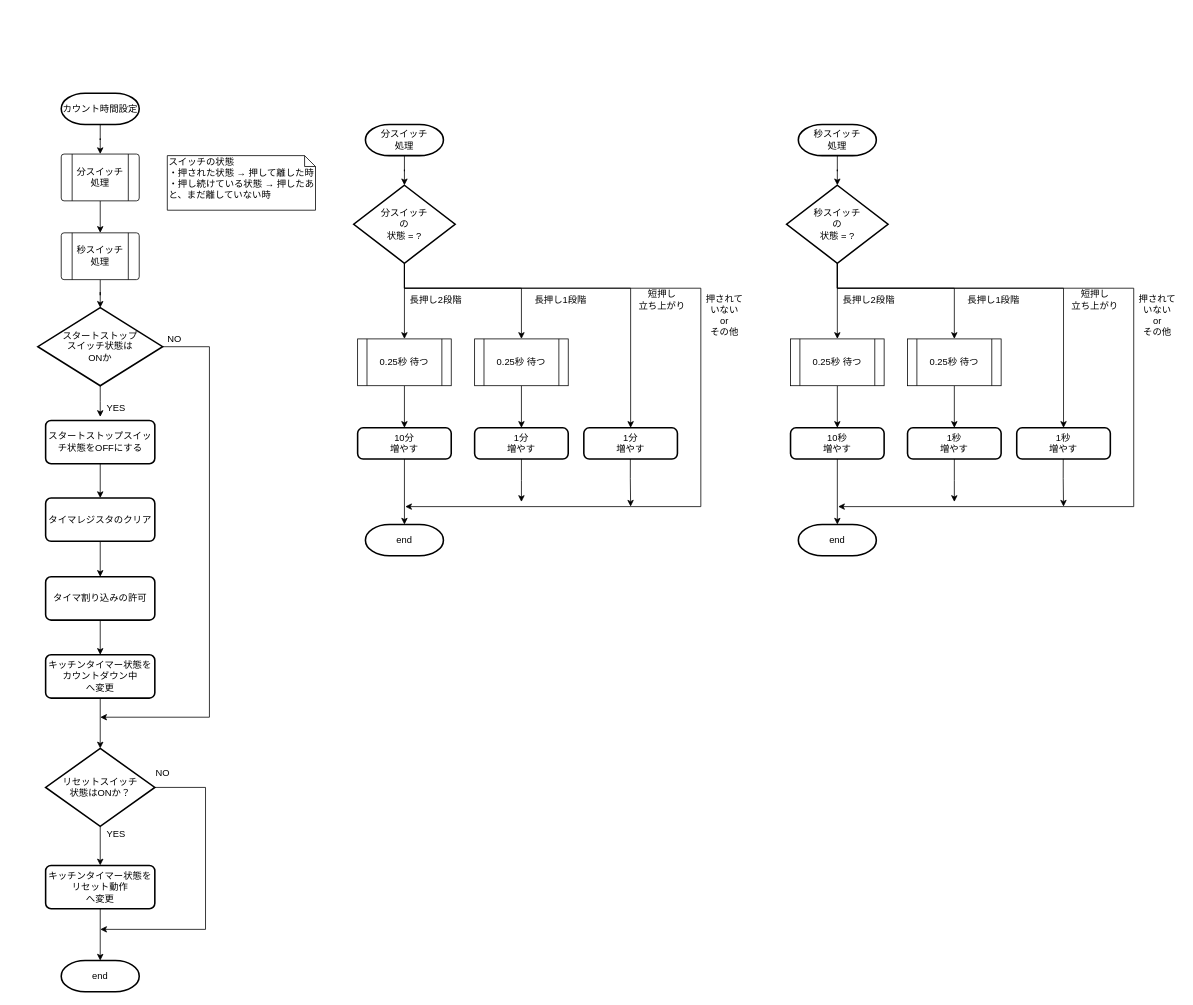
The draw.io diagram page "カウント時間設定" (2 of 7) of 資料/設計/フローチャート/CountClass/flowchart_CountClass_v0.3.drawio in hakohumi/comp.Kitchen_Timer, before the edit. Source tidied: cells renumbered, new cells numbered last; positions are measured from the earlier drawing's top-left corner, leaving out a move shared by most shapes. Both pictures are drawn from the tidied source at 78%, with x=0, y=0 at pixel (37, 93).
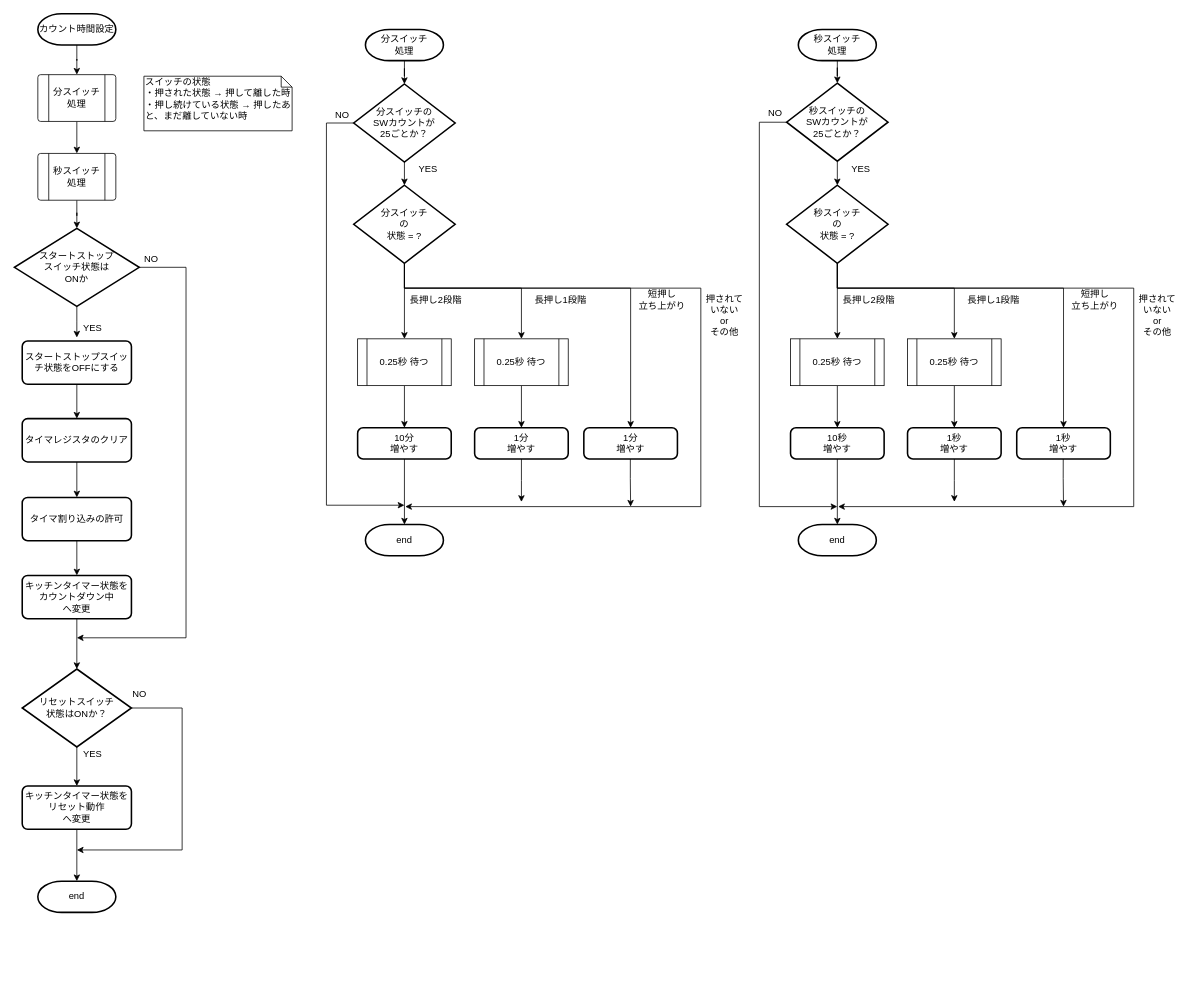
The same diagram, later.

Unchanged cells that the change refers to:
```xml
<mxCell id="11" value="分スイッチ&lt;br&gt;の&lt;br&gt;状態 = ?" style="strokeWidth=2;html=1;shape=mxgraph.flowchart.decision;whiteSpace=wrap;" parent="1" vertex="1">
  <mxGeometry x="405" y="118" width="130" height="100" as="geometry" />
</mxCell>
<mxCell id="61" value="秒スイッチ&lt;br&gt;の&lt;br&gt;状態 = ?" style="strokeWidth=2;html=1;shape=mxgraph.flowchart.decision;whiteSpace=wrap;" parent="1" vertex="1">
  <mxGeometry x="960" y="118" width="130" height="100" as="geometry" />
</mxCell>
```

What changed in the source:
```diff
@@
-    <mxCell id="2" style="edgeStyle=orthogonalEdgeStyle;rounded=0;jettySize=auto;html=1;entryX=0.5;entryY=0;entryDx=0;entryDy=0;entryPerimeter=0;" parent="1" edge="1" source="3" target="11">
+    <mxCell id="2" style="edgeStyle=orthogonalEdgeStyle;rounded=0;jettySize=auto;html=1;entryX=0.5;entryY=0;entryDx=0;entryDy=0;entryPerimeter=0;exitX=0.5;exitY=1;exitDx=0;exitDy=0;exitPerimeter=0;" parent="1" edge="1" source="78" target="11">
       <mxGeometry relative="1" as="geometry" />
     </mxCell>
+    <mxCell id="75" style="edgeStyle=orthogonalEdgeStyle;rounded=0;jettySize=auto;html=1;" parent="1" edge="1" source="3" target="78">
+      <mxGeometry relative="1" as="geometry" />
+    </mxCell>
     <mxCell id="3" value="分スイッチ&lt;br&gt;処理" style="strokeWidth=2;html=1;shape=mxgraph.flowchart.terminator;whiteSpace=wrap;" parent="1" vertex="1">
-      <mxGeometry x="420" y="40" width="100" height="40" as="geometry" />
+      <mxGeometry x="420" y="-81.8" width="100" height="40" as="geometry" />
     </mxCell>
     <mxCell id="4" value="スイッチの状態&lt;br&gt;・押された状態 → 押して離した時&lt;br&gt;・押し続けている状態 → 押したあと、まだ離していない時" style="shape=note;whiteSpace=wrap;html=1;size=14;verticalAlign=top;align=left;spacingTop=-6;" parent="1" vertex="1">
-      <mxGeometry x="166" y="80" width="190" height="70" as="geometry" />
+      <mxGeometry x="136" y="-21.8" width="190" height="70" as="geometry" />
     </mxCell>
     <mxCell id="5" style="edgeStyle=orthogonalEdgeStyle;rounded=0;jettySize=auto;html=1;exitX=0.497;exitY=0.982;exitDx=0;exitDy=0;exitPerimeter=0;" parent="1" edge="1" source="45">
       <mxGeometry relative="1" as="geometry">
         <mxPoint x="760" y="530" as="targetPoint" />
         <Array as="points">
-          <mxPoint x="760" y="494" />
-          <mxPoint x="760" y="494" />
+          <mxPoint x="760" y="493.9" />
+          <mxPoint x="760" y="493.9" />
         </Array>
       </mxGeometry>
     </mxCell>
@@
     <mxCell id="8" style="edgeStyle=orthogonalEdgeStyle;rounded=0;jettySize=auto;html=1;" parent="1" edge="1" source="11">
       <mxGeometry relative="1" as="geometry">
         <mxPoint x="471" y="530" as="targetPoint" />
         <Array as="points">
-          <mxPoint x="470" y="250" />
-          <mxPoint x="850" y="250" />
+          <mxPoint x="470" y="249.9" />
+          <mxPoint x="850" y="249.9" />
           <mxPoint x="850" y="530" />
         </Array>
       </mxGeometry>
     </mxCell>
     <mxCell id="9" style="edgeStyle=orthogonalEdgeStyle;rounded=0;jettySize=auto;html=1;entryX=0.5;entryY=0;entryDx=0;entryDy=0;" parent="1" edge="1" source="11" target="45">
       <mxGeometry relative="1" as="geometry">
         <Array as="points">
-          <mxPoint x="470" y="250" />
-          <mxPoint x="760" y="250" />
+          <mxPoint x="470" y="249.9" />
+          <mxPoint x="760" y="249.9" />
         </Array>
       </mxGeometry>
     </mxCell>
     <mxCell id="10" style="edgeStyle=orthogonalEdgeStyle;rounded=0;jettySize=auto;html=1;entryX=0.5;entryY=0;entryDx=0;entryDy=0;" parent="1" edge="1" source="11" target="50">
       <mxGeometry relative="1" as="geometry">
         <Array as="points">
-          <mxPoint x="470" y="250" />
-          <mxPoint x="620" y="250" />
+          <mxPoint x="470" y="249.9" />
+          <mxPoint x="620" y="249.9" />
         </Array>
       </mxGeometry>
     </mxCell>
@@
     <mxCell id="13" value="長押し1段階" style="text;html=1;align=center;verticalAlign=middle;" parent="1" vertex="1">
-      <mxGeometry x="630" y="255" width="80" height="20" as="geometry" />
+      <mxGeometry x="630" y="254.9" width="80" height="20" as="geometry" />
     </mxCell>
@@
     <mxCell id="15" value="カウント時間設定" style="strokeWidth=2;html=1;shape=mxgraph.flowchart.terminator;whiteSpace=wrap;" parent="1" vertex="1">
-      <mxGeometry x="30" width="100" height="40" as="geometry" />
+      <mxGeometry y="-101.8" width="100" height="40" as="geometry" />
     </mxCell>
@@
     <mxCell id="17" value="分スイッチ&lt;br&gt;処理" style="verticalLabelPosition=middle;verticalAlign=middle;html=1;shape=process;whiteSpace=wrap;rounded=1;size=0.14;arcSize=6;labelPosition=center;align=center;" parent="1" vertex="1">
-      <mxGeometry x="30" y="78" width="100" height="60" as="geometry" />
+      <mxGeometry y="-23.8" width="100" height="60" as="geometry" />
     </mxCell>
@@
     <mxCell id="19" value="秒スイッチ&lt;br&gt;処理" style="verticalLabelPosition=middle;verticalAlign=middle;html=1;shape=process;whiteSpace=wrap;rounded=1;size=0.14;arcSize=6;labelPosition=center;align=center;" parent="1" vertex="1">
-      <mxGeometry x="30" y="179" width="100" height="60" as="geometry" />
+      <mxGeometry y="77.2" width="100" height="60" as="geometry" />
     </mxCell>
     <mxCell id="20" value="短押し&lt;br&gt;立ち上がり" style="text;html=1;align=center;verticalAlign=middle;" parent="1" vertex="1">
-      <mxGeometry x="760" y="250" width="80" height="30" as="geometry" />
+      <mxGeometry x="760" y="249.9" width="80" height="30" as="geometry" />
     </mxCell>
     <mxCell id="21" value="押されて&lt;br&gt;いない&lt;br&gt;or&lt;br&gt;その他" style="text;html=1;align=center;verticalAlign=middle;" parent="1" vertex="1">
-      <mxGeometry x="850" y="255" width="60" height="60" as="geometry" />
+      <mxGeometry x="850" y="254.9" width="60" height="60" as="geometry" />
     </mxCell>
     <mxCell id="22" value="end" style="strokeWidth=2;html=1;shape=mxgraph.flowchart.terminator;whiteSpace=wrap;" parent="1" vertex="1">
-      <mxGeometry x="30" y="1112" width="100" height="40" as="geometry" />
+      <mxGeometry y="1010.2" width="100" height="40" as="geometry" />
     </mxCell>
     <mxCell id="23" style="edgeStyle=orthogonalEdgeStyle;rounded=0;jettySize=auto;html=1;" parent="1" edge="1" source="25">
       <mxGeometry relative="1" as="geometry">
-        <mxPoint x="80" y="415" as="targetPoint" />
+        <mxPoint x="50" y="313.2" as="targetPoint" />
       </mxGeometry>
     </mxCell>
     <mxCell id="24" style="edgeStyle=orthogonalEdgeStyle;rounded=0;jettySize=auto;html=1;" parent="1" edge="1" source="25">
       <mxGeometry relative="1" as="geometry">
-        <mxPoint x="80" y="800" as="targetPoint" />
+        <mxPoint x="50" y="698.2" as="targetPoint" />
         <Array as="points">
-          <mxPoint x="220" y="325" />
-          <mxPoint x="220" y="800" />
-          <mxPoint x="80" y="800" />
+          <mxPoint x="190" y="223.2" />
+          <mxPoint x="190" y="698.2" />
+          <mxPoint x="50" y="698.2" />
         </Array>
       </mxGeometry>
     </mxCell>
     <mxCell id="25" value="スタートストップ&lt;br&gt;スイッチ状態は&lt;br&gt;ONか" style="strokeWidth=2;html=1;shape=mxgraph.flowchart.decision;whiteSpace=wrap;" parent="1" vertex="1">
-      <mxGeometry y="275" width="160" height="100" as="geometry" />
+      <mxGeometry x="-30" y="173.2" width="160" height="100" as="geometry" />
     </mxCell>
@@
     <mxCell id="27" value="キッチンタイマー状態を&lt;br&gt;カウントダウン中&lt;br&gt;へ変更" style="rounded=1;whiteSpace=wrap;html=1;absoluteArcSize=1;arcSize=14;strokeWidth=2;" parent="1" vertex="1">
-      <mxGeometry x="10" y="720" width="140" height="55.5" as="geometry" />
+      <mxGeometry x="-20" y="618.2" width="140" height="55.5" as="geometry" />
     </mxCell>
@@
     <mxCell id="29" value="NO" style="text;html=1;align=center;verticalAlign=middle;" parent="1" vertex="1">
-      <mxGeometry x="160" y="305" width="30" height="20" as="geometry" />
+      <mxGeometry x="130" y="203.2" width="30" height="20" as="geometry" />
     </mxCell>
     <mxCell id="30" value="YES" style="text;html=1;align=center;verticalAlign=middle;" parent="1" vertex="1">
-      <mxGeometry x="80" y="394" width="40" height="20" as="geometry" />
+      <mxGeometry x="50" y="292.2" width="40" height="20" as="geometry" />
     </mxCell>
@@
     <mxCell id="32" style="edgeStyle=orthogonalEdgeStyle;rounded=0;jettySize=auto;html=1;" parent="1" edge="1" source="33">
       <mxGeometry relative="1" as="geometry">
-        <mxPoint x="80" y="1072" as="targetPoint" />
+        <mxPoint x="50" y="970.2" as="targetPoint" />
         <Array as="points">
-          <mxPoint x="215" y="890" />
-          <mxPoint x="215" y="1072" />
+          <mxPoint x="185" y="788.2" />
+          <mxPoint x="185" y="970.2" />
         </Array>
       </mxGeometry>
     </mxCell>
     <mxCell id="33" value="リセットスイッチ&lt;br&gt;状態はONか？" style="strokeWidth=2;html=1;shape=mxgraph.flowchart.decision;whiteSpace=wrap;" parent="1" vertex="1">
-      <mxGeometry x="10" y="840" width="140" height="100" as="geometry" />
+      <mxGeometry x="-20" y="738.2" width="140" height="100" as="geometry" />
     </mxCell>
     <mxCell id="34" value="NO" style="text;html=1;align=center;verticalAlign=middle;" parent="1" vertex="1">
-      <mxGeometry x="145" y="862" width="30" height="20" as="geometry" />
+      <mxGeometry x="115" y="760.2" width="30" height="20" as="geometry" />
     </mxCell>
     <mxCell id="35" value="YES" style="text;html=1;align=center;verticalAlign=middle;" parent="1" vertex="1">
-      <mxGeometry x="80" y="940" width="40" height="20" as="geometry" />
+      <mxGeometry x="50" y="838.2" width="40" height="20" as="geometry" />
     </mxCell>
@@
     <mxCell id="37" value="キッチンタイマー状態を&lt;br&gt;リセット動作&lt;br&gt;へ変更" style="rounded=1;whiteSpace=wrap;html=1;absoluteArcSize=1;arcSize=14;strokeWidth=2;" parent="1" vertex="1">
-      <mxGeometry x="10" y="990" width="140" height="55.5" as="geometry" />
+      <mxGeometry x="-20" y="888.2" width="140" height="55.5" as="geometry" />
     </mxCell>
@@
     <mxCell id="39" value="スタートストップスイッチ状態をOFFにする" style="rounded=1;whiteSpace=wrap;html=1;absoluteArcSize=1;arcSize=14;strokeWidth=2;" parent="1" vertex="1">
-      <mxGeometry x="10" y="419.5" width="140" height="55.5" as="geometry" />
+      <mxGeometry x="-20" y="317.7" width="140" height="55.5" as="geometry" />
     </mxCell>
@@
     <mxCell id="41" value="タイマ割り込みの許可" style="rounded=1;whiteSpace=wrap;html=1;absoluteArcSize=1;arcSize=14;strokeWidth=2;" parent="1" vertex="1">
-      <mxGeometry x="10" y="620" width="140" height="55.5" as="geometry" />
+      <mxGeometry x="-20" y="518.2" width="140" height="55.5" as="geometry" />
     </mxCell>
@@
     <mxCell id="43" value="タイマレジスタのクリア" style="rounded=1;whiteSpace=wrap;html=1;absoluteArcSize=1;arcSize=14;strokeWidth=2;" parent="1" vertex="1">
-      <mxGeometry x="10" y="519" width="140" height="55.5" as="geometry" />
+      <mxGeometry x="-20" y="417.2" width="140" height="55.5" as="geometry" />
     </mxCell>
     <mxCell id="44" value="長押し2段階" style="text;html=1;align=center;verticalAlign=middle;" parent="1" vertex="1">
-      <mxGeometry x="470" y="255" width="80" height="20" as="geometry" />
+      <mxGeometry x="470" y="254.9" width="80" height="20" as="geometry" />
     </mxCell>
     <mxCell id="45" value="1分&lt;br&gt;増やす" style="rounded=1;whiteSpace=wrap;html=1;absoluteArcSize=1;arcSize=14;strokeWidth=2;" parent="1" vertex="1">
-      <mxGeometry x="700" y="429" width="120" height="40" as="geometry" />
+      <mxGeometry x="700" y="428.9" width="120" height="40" as="geometry" />
     </mxCell>
@@
     <mxCell id="47" value="1分&lt;br&gt;増やす" style="rounded=1;whiteSpace=wrap;html=1;absoluteArcSize=1;arcSize=14;strokeWidth=2;" parent="1" vertex="1">
-      <mxGeometry x="560" y="429" width="120" height="40" as="geometry" />
+      <mxGeometry x="560" y="428.9" width="120" height="40" as="geometry" />
     </mxCell>
     <mxCell id="48" value="10分&lt;br&gt;増やす" style="rounded=1;whiteSpace=wrap;html=1;absoluteArcSize=1;arcSize=14;strokeWidth=2;" parent="1" vertex="1">
-      <mxGeometry x="410" y="429" width="120" height="40" as="geometry" />
+      <mxGeometry x="410" y="428.9" width="120" height="40" as="geometry" />
     </mxCell>
@@
     <mxCell id="50" value="0.25秒 待つ" style="shape=process;whiteSpace=wrap;html=1;backgroundOutline=1;" parent="1" vertex="1">
-      <mxGeometry x="560" y="315" width="120" height="60" as="geometry" />
+      <mxGeometry x="560" y="314.9" width="120" height="60" as="geometry" />
     </mxCell>
@@
     <mxCell id="52" value="0.25秒 待つ" style="shape=process;whiteSpace=wrap;html=1;backgroundOutline=1;" parent="1" vertex="1">
-      <mxGeometry x="410" y="315" width="120" height="60" as="geometry" />
+      <mxGeometry x="410" y="314.9" width="120" height="60" as="geometry" />
     </mxCell>
-    <mxCell id="53" style="edgeStyle=orthogonalEdgeStyle;rounded=0;jettySize=auto;html=1;entryX=0.5;entryY=0;entryDx=0;entryDy=0;entryPerimeter=0;" parent="1" edge="1" source="54" target="61">
-      <mxGeometry relative="1" as="geometry" />
+    <mxCell id="53" style="edgeStyle=orthogonalEdgeStyle;rounded=0;jettySize=auto;html=1;entryX=0.5;entryY=0;entryDx=0;entryDy=0;entryPerimeter=0;" parent="1" edge="1" target="61">
+      <mxGeometry relative="1" as="geometry">
+        <mxPoint x="1025" y="88.2" as="sourcePoint" />
+      </mxGeometry>
     </mxCell>
+    <mxCell id="76" style="edgeStyle=orthogonalEdgeStyle;rounded=0;jettySize=auto;html=1;" parent="1" edge="1" source="54" target="81">
+      <mxGeometry relative="1" as="geometry" />
+    </mxCell>
     <mxCell id="54" value="秒スイッチ&lt;br&gt;処理" style="strokeWidth=2;html=1;shape=mxgraph.flowchart.terminator;whiteSpace=wrap;" parent="1" vertex="1">
-      <mxGeometry x="975" y="40" width="100" height="40" as="geometry" />
+      <mxGeometry x="975" y="-81.8" width="100" height="40" as="geometry" />
     </mxCell>
     <mxCell id="55" style="edgeStyle=orthogonalEdgeStyle;rounded=0;jettySize=auto;html=1;exitX=0.497;exitY=0.982;exitDx=0;exitDy=0;exitPerimeter=0;" parent="1" edge="1" source="67">
       <mxGeometry relative="1" as="geometry">
         <mxPoint x="1315" y="530" as="targetPoint" />
         <Array as="points">
-          <mxPoint x="1315" y="494" />
-          <mxPoint x="1315" y="494" />
+          <mxPoint x="1315" y="493.9" />
+          <mxPoint x="1315" y="493.9" />
         </Array>
       </mxGeometry>
     </mxCell>
@@
     <mxCell id="58" style="edgeStyle=orthogonalEdgeStyle;rounded=0;jettySize=auto;html=1;" parent="1" edge="1" source="61">
       <mxGeometry relative="1" as="geometry">
         <mxPoint x="1026" y="530" as="targetPoint" />
         <Array as="points">
-          <mxPoint x="1025" y="250" />
-          <mxPoint x="1405" y="250" />
+          <mxPoint x="1025" y="249.9" />
+          <mxPoint x="1405" y="249.9" />
           <mxPoint x="1405" y="530" />
         </Array>
       </mxGeometry>
     </mxCell>
     <mxCell id="59" style="edgeStyle=orthogonalEdgeStyle;rounded=0;jettySize=auto;html=1;entryX=0.5;entryY=0;entryDx=0;entryDy=0;" parent="1" edge="1" source="61" target="67">
       <mxGeometry relative="1" as="geometry">
         <Array as="points">
-          <mxPoint x="1025" y="250" />
-          <mxPoint x="1315" y="250" />
+          <mxPoint x="1025" y="249.9" />
+          <mxPoint x="1315" y="249.9" />
         </Array>
       </mxGeometry>
     </mxCell>
     <mxCell id="60" style="edgeStyle=orthogonalEdgeStyle;rounded=0;jettySize=auto;html=1;entryX=0.5;entryY=0;entryDx=0;entryDy=0;" parent="1" edge="1" source="61" target="72">
       <mxGeometry relative="1" as="geometry">
         <Array as="points">
-          <mxPoint x="1025" y="250" />
-          <mxPoint x="1175" y="250" />
+          <mxPoint x="1025" y="249.9" />
+          <mxPoint x="1175" y="249.9" />
         </Array>
       </mxGeometry>
     </mxCell>
@@
     <mxCell id="63" value="長押し1段階" style="text;html=1;align=center;verticalAlign=middle;" parent="1" vertex="1">
-      <mxGeometry x="1185" y="255" width="80" height="20" as="geometry" />
+      <mxGeometry x="1185" y="254.9" width="80" height="20" as="geometry" />
     </mxCell>
     <mxCell id="64" value="短押し&lt;br&gt;立ち上がり" style="text;html=1;align=center;verticalAlign=middle;" parent="1" vertex="1">
-      <mxGeometry x="1315" y="250" width="80" height="30" as="geometry" />
+      <mxGeometry x="1315" y="249.9" width="80" height="30" as="geometry" />
     </mxCell>
     <mxCell id="65" value="押されて&lt;br&gt;いない&lt;br&gt;or&lt;br&gt;その他" style="text;html=1;align=center;verticalAlign=middle;" parent="1" vertex="1">
-      <mxGeometry x="1405" y="255" width="60" height="60" as="geometry" />
+      <mxGeometry x="1405" y="254.9" width="60" height="60" as="geometry" />
     </mxCell>
     <mxCell id="66" value="長押し2段階" style="text;html=1;align=center;verticalAlign=middle;" parent="1" vertex="1">
-      <mxGeometry x="1025" y="255" width="80" height="20" as="geometry" />
+      <mxGeometry x="1025" y="254.9" width="80" height="20" as="geometry" />
     </mxCell>
     <mxCell id="67" value="1秒&lt;br&gt;増やす" style="rounded=1;whiteSpace=wrap;html=1;absoluteArcSize=1;arcSize=14;strokeWidth=2;" parent="1" vertex="1">
-      <mxGeometry x="1255" y="429" width="120" height="40" as="geometry" />
+      <mxGeometry x="1255" y="428.9" width="120" height="40" as="geometry" />
     </mxCell>
     <mxCell id="68" style="edgeStyle=orthogonalEdgeStyle;rounded=0;jettySize=auto;html=1;" parent="1" edge="1" source="69">
       <mxGeometry relative="1" as="geometry">
-        <mxPoint x="1175" y="524" as="targetPoint" />
+        <mxPoint x="1175" y="523.9" as="targetPoint" />
       </mxGeometry>
     </mxCell>
     <mxCell id="69" value="1秒&lt;br&gt;増やす" style="rounded=1;whiteSpace=wrap;html=1;absoluteArcSize=1;arcSize=14;strokeWidth=2;" parent="1" vertex="1">
-      <mxGeometry x="1115" y="429" width="120" height="40" as="geometry" />
+      <mxGeometry x="1115" y="428.9" width="120" height="40" as="geometry" />
     </mxCell>
     <mxCell id="70" value="10秒&lt;br&gt;増やす" style="rounded=1;whiteSpace=wrap;html=1;absoluteArcSize=1;arcSize=14;strokeWidth=2;" parent="1" vertex="1">
-      <mxGeometry x="965" y="429" width="120" height="40" as="geometry" />
+      <mxGeometry x="965" y="428.9" width="120" height="40" as="geometry" />
     </mxCell>
@@
     <mxCell id="72" value="0.25秒 待つ" style="shape=process;whiteSpace=wrap;html=1;backgroundOutline=1;" parent="1" vertex="1">
-      <mxGeometry x="1115" y="315" width="120" height="60" as="geometry" />
+      <mxGeometry x="1115" y="314.9" width="120" height="60" as="geometry" />
     </mxCell>
@@
     <mxCell id="74" value="0.25秒 待つ" style="shape=process;whiteSpace=wrap;html=1;backgroundOutline=1;" parent="1" vertex="1">
-      <mxGeometry x="965" y="315" width="120" height="60" as="geometry" />
+      <mxGeometry x="965" y="314.9" width="120" height="60" as="geometry" />
     </mxCell>
+    <mxCell id="77" style="edgeStyle=orthogonalEdgeStyle;rounded=0;jettySize=auto;html=1;" parent="1" edge="1" source="78">
+      <mxGeometry relative="1" as="geometry">
+        <mxPoint x="470" y="528.2" as="targetPoint" />
+        <Array as="points">
+          <mxPoint x="370" y="38.2" />
+          <mxPoint x="370" y="528.2" />
+        </Array>
+      </mxGeometry>
+    </mxCell>
+    <mxCell id="78" value="分スイッチの&lt;br&gt;SWカウントが&lt;br&gt;25ごとか？" style="strokeWidth=2;html=1;shape=mxgraph.flowchart.decision;whiteSpace=wrap;" parent="1" vertex="1">
+      <mxGeometry x="405" y="-11.8" width="130" height="100" as="geometry" />
+    </mxCell>
+    <mxCell id="79" value="YES" style="text;html=1;align=center;verticalAlign=middle;" parent="1" vertex="1">
+      <mxGeometry x="480" y="87.2" width="40" height="20" as="geometry" />
+    </mxCell>
+    <mxCell id="80" value="NO" style="text;html=1;align=center;verticalAlign=middle;" parent="1" vertex="1">
+      <mxGeometry x="375" y="18.2" width="30" height="20" as="geometry" />
+    </mxCell>
+    <mxCell id="81" value="秒スイッチの&lt;br&gt;SWカウントが&lt;br&gt;25ごとか？" style="strokeWidth=2;html=1;shape=mxgraph.flowchart.decision;whiteSpace=wrap;" parent="1" vertex="1">
+      <mxGeometry x="960" y="-12.8" width="130" height="100" as="geometry" />
+    </mxCell>
+    <mxCell id="82" value="YES" style="text;html=1;align=center;verticalAlign=middle;" parent="1" vertex="1">
+      <mxGeometry x="1035" y="87.2" width="40" height="20" as="geometry" />
+    </mxCell>
+    <mxCell id="83" style="edgeStyle=orthogonalEdgeStyle;rounded=0;jettySize=auto;html=1;exitX=0;exitY=0.5;exitDx=0;exitDy=0;exitPerimeter=0;" parent="1" edge="1" source="81">
+      <mxGeometry relative="1" as="geometry">
+        <mxPoint x="1025" y="530" as="targetPoint" />
+        <Array as="points">
+          <mxPoint x="925" y="37.2" />
+          <mxPoint x="925" y="530.2" />
+        </Array>
+      </mxGeometry>
+    </mxCell>
+    <mxCell id="84" value="NO" style="text;html=1;align=center;verticalAlign=middle;" parent="1" vertex="1">
+      <mxGeometry x="930" y="16.2" width="30" height="20" as="geometry" />
+    </mxCell>
```
